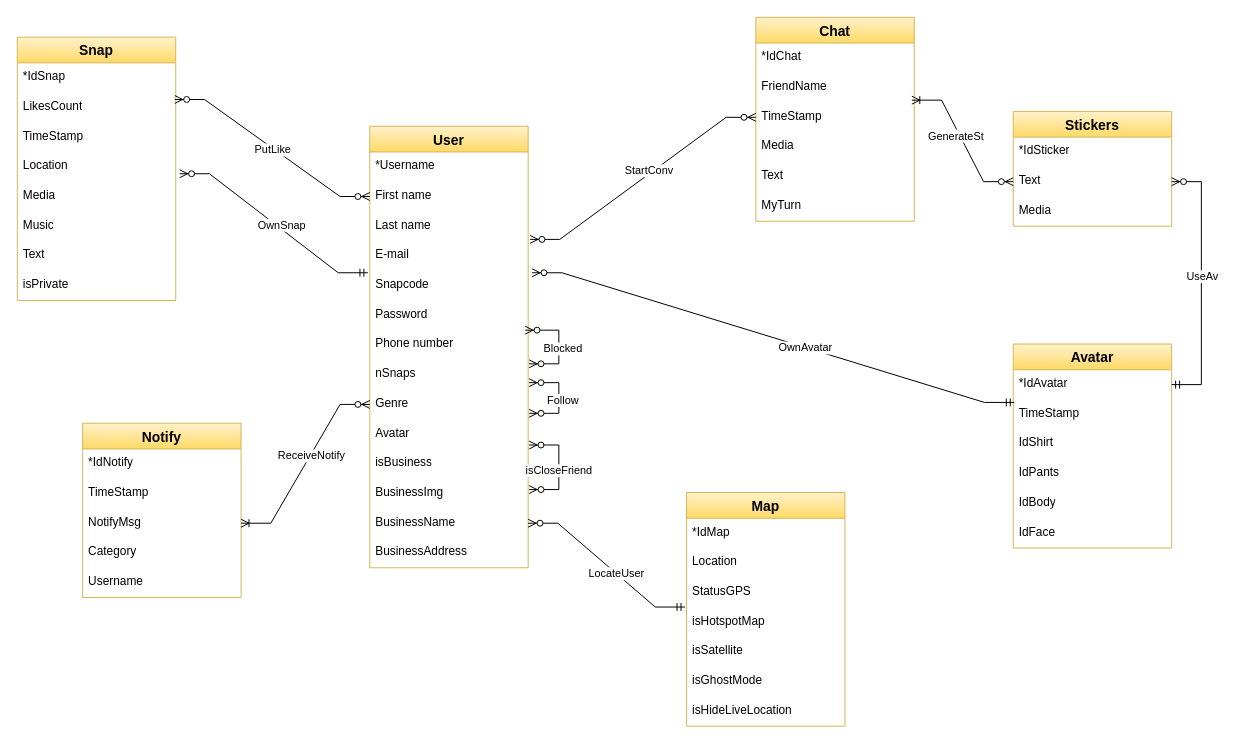
The draw.io diagram nuovo-schema-ER.drawio in Antonet99/noSQL-Snapchat, before the edit. Source tidied: cells renumbered, new cells numbered last; positions are measured from the earlier drawing's top-left corner, leaving out a move shared by most shapes. Both pictures are drawn from the tidied source at 99%, with x=0, y=0 at pixel (17, 17).
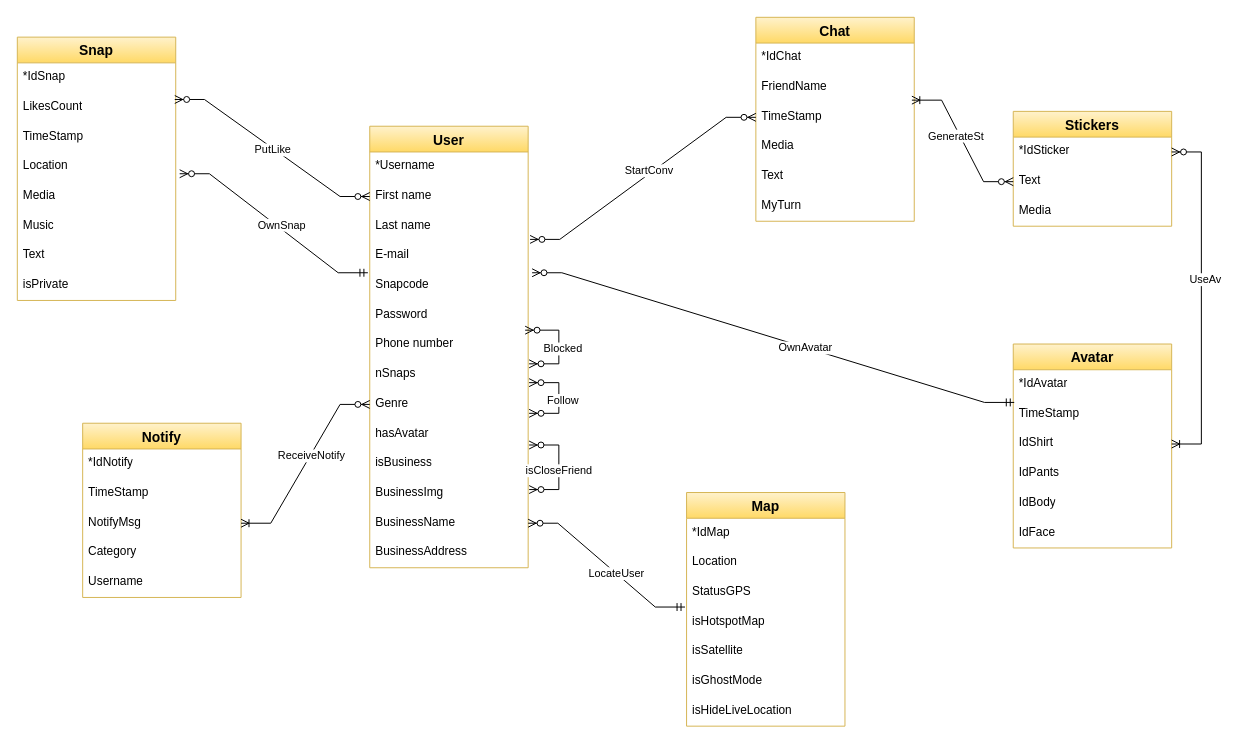
The same page after the edit.

Unchanged cells that the change refers to:
```xml
<mxCell id="2" value="User" style="swimlane;fontStyle=1;horizontal=1;startSize=26;align=center;fontSize=14;fillColor=#fff2cc;strokeColor=#d6b656;gradientColor=#ffd966;" parent="1" vertex="1">
  <mxGeometry x="356" y="110" width="160" height="446" as="geometry" />
</mxCell>
<mxCell id="42" value="*IdAvatar" style="text;strokeColor=none;fillColor=none;spacingLeft=4;spacingRight=4;overflow=hidden;points=[[0,0.5],[1,0.5]];portConstraint=eastwest;fontSize=12;whiteSpace=wrap;html=1;" parent="41" vertex="1">
  <mxGeometry y="26" width="160" height="30" as="geometry" />
</mxCell>
<mxCell id="44" value="IdShirt" style="text;strokeColor=none;fillColor=none;spacingLeft=4;spacingRight=4;overflow=hidden;points=[[0,0.5],[1,0.5]];portConstraint=eastwest;fontSize=12;whiteSpace=wrap;html=1;" parent="41" vertex="1">
  <mxGeometry y="86" width="160" height="30" as="geometry" />
</mxCell>
<mxCell id="55" value="*IdSticker" style="text;strokeColor=none;fillColor=none;spacingLeft=4;spacingRight=4;overflow=hidden;points=[[0,0.5],[1,0.5]];portConstraint=eastwest;fontSize=12;whiteSpace=wrap;html=1;" parent="54" vertex="1">
  <mxGeometry y="26" width="160" height="30" as="geometry" />
</mxCell>
<mxCell id="56" value="Text" style="text;strokeColor=none;fillColor=none;spacingLeft=4;spacingRight=4;overflow=hidden;points=[[0,0.5],[1,0.5]];portConstraint=eastwest;fontSize=12;whiteSpace=wrap;html=1;" parent="54" vertex="1">
  <mxGeometry y="56" width="160" height="30" as="geometry" />
</mxCell>
```

What changed in the source:
```diff
@@
-    <mxCell id="12" value="Avatar" style="text;strokeColor=none;fillColor=none;spacingLeft=4;spacingRight=4;overflow=hidden;points=[[0,0.5],[1,0.5]];portConstraint=eastwest;fontSize=12;whiteSpace=wrap;html=1;" parent="2" vertex="1">
+    <mxCell id="12" value="hasAvatar" style="text;strokeColor=none;fillColor=none;spacingLeft=4;spacingRight=4;overflow=hidden;points=[[0,0.5],[1,0.5]];portConstraint=eastwest;fontSize=12;whiteSpace=wrap;html=1;" parent="2" vertex="1">
       <mxGeometry y="296" width="160" height="30" as="geometry" />
     </mxCell>
@@
-    <mxCell id="58" style="edgeStyle=entityRelationEdgeStyle;fontSize=12;html=1;endArrow=ERzeroToMany;startArrow=ERmandOne;rounded=0;exitX=1;exitY=0.5;exitDx=0;exitDy=0;" parent="1" edge="1" source="42" target="56">
-      <mxGeometry relative="1" as="geometry" />
-    </mxCell>
-    <mxCell id="59" value="UseAv" style="edgeLabel;html=1;align=center;verticalAlign=middle;" parent="58" vertex="1">
-      <mxGeometry x="0.06" relative="1" as="geometry" />
-    </mxCell>
@@
+    <mxCell id="80" style="edgeStyle=entityRelationEdgeStyle;fontSize=12;html=1;endArrow=ERoneToMany;startArrow=ERzeroToMany;rounded=0;entryX=1;entryY=0.5;entryDx=0;entryDy=0;exitX=1;exitY=0.5;exitDx=0;exitDy=0;" parent="1" edge="1" source="55" target="44">
+      <mxGeometry relative="1" as="geometry" />
+    </mxCell>
+    <mxCell id="59" value="UseAv" style="edgeLabel;html=1;align=center;verticalAlign=middle;" parent="80" vertex="1">
+      <mxGeometry x="-0.11" y="3" relative="1" as="geometry" />
+    </mxCell>
```
